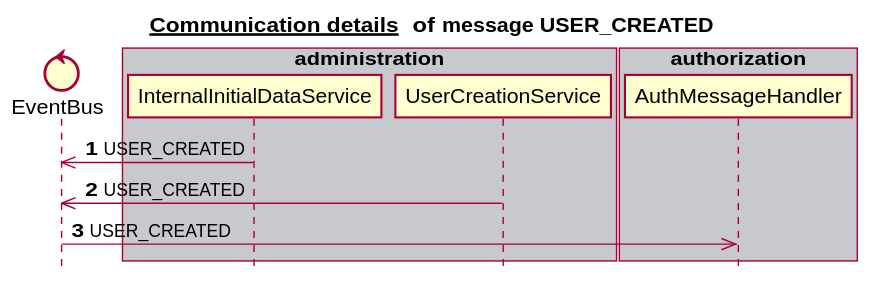
The PlantUML diagram docs/latest/images/gen_domain_messaging_user_created.svg in mercedes-benz/sechub, before a commit. Source of this version:
```plantuml
@startuml


title __Communication details __ of **message USER_CREATED**
skinparam style strictuml


control EventBus
box "administration" #C8C8CF
   participant InternalInitialDataService
   participant UserCreationService
end box
box "schedule" #F8F8FF
end box
box "authorization" #C8C8CF
   participant AuthMessageHandler
end box
box "scan" #F8F8FF
end box
box "notification" #C8C8CF
end box
autonumber 1
InternalInitialDataService ->> EventBus:USER_CREATED
UserCreationService ->> EventBus:USER_CREATED
EventBus ->> AuthMessageHandler:USER_CREATED
autonumber stop


@enduml
```
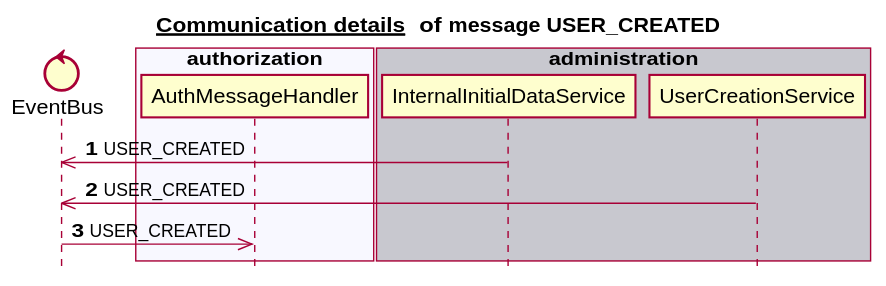
Later version of the same file.

Diff of the diagram source:
```diff
@@ -6,18 +6,18 @@
 
 
 control EventBus
+box "scan" #C8C8CF
+end box
+box "authorization" #F8F8FF
+   participant AuthMessageHandler
+end box
 box "administration" #C8C8CF
    participant InternalInitialDataService
    participant UserCreationService
 end box
-box "schedule" #F8F8FF
+box "notification" #F8F8FF
 end box
-box "authorization" #C8C8CF
-   participant AuthMessageHandler
-end box
-box "scan" #F8F8FF
-end box
-box "notification" #C8C8CF
+box "schedule" #C8C8CF
 end box
 autonumber 1
 InternalInitialDataService ->> EventBus:USER_CREATED
```
